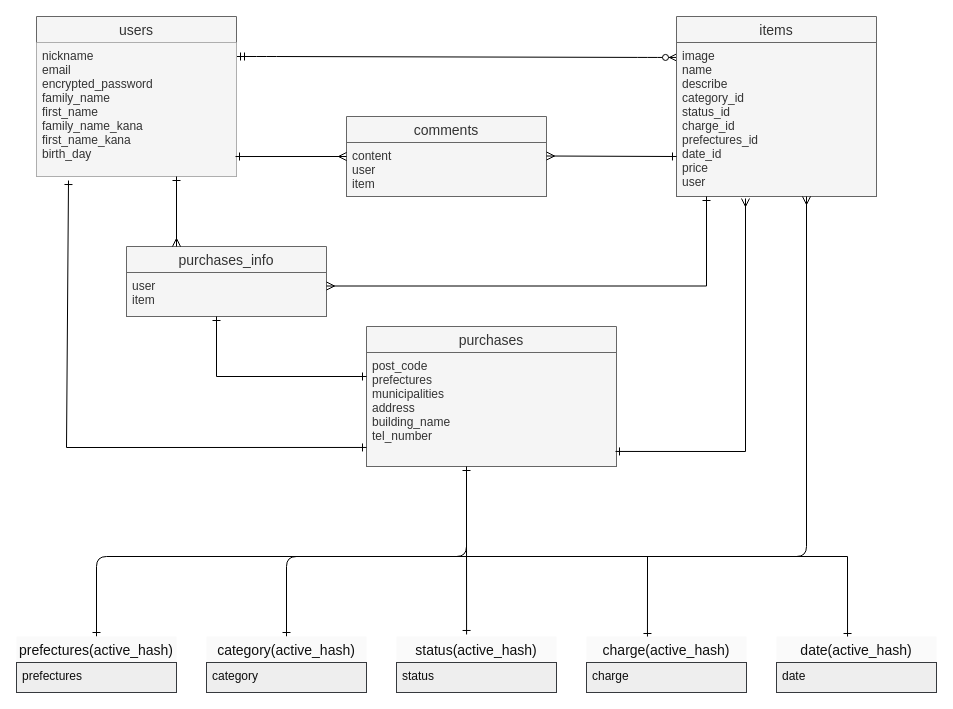
Earlier version of the draw.io diagram er.dio (TT38294/furima-37409). Source tidied: cells renumbered, new cells numbered last; positions are measured from the earlier drawing's top-left corner, leaving out a move shared by most shapes. Both pictures are drawn from the tidied source at 100%, with x=0, y=0 at pixel (16, 16).
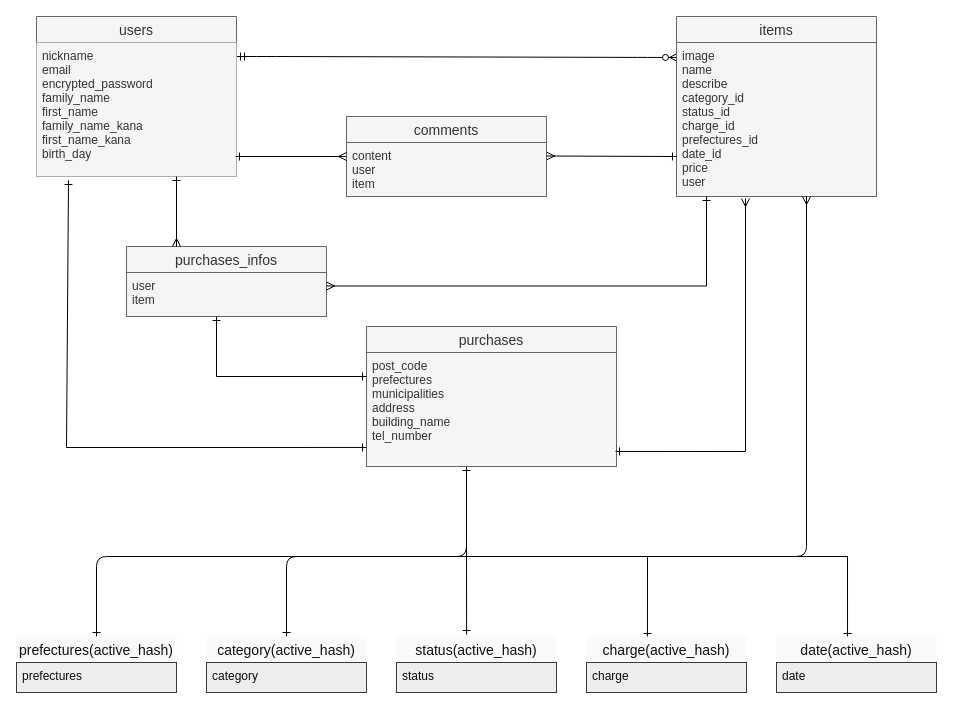
Above is the later version.

Diff of the diagram source:
```diff
@@
-    <mxCell id="32" value="purchases_info" style="swimlane;fontStyle=0;horizontal=1;startSize=26;align=center;fontSize=14;fillColor=#f5f5f5;fontColor=#333333;strokeColor=#666666;" parent="1" vertex="1">
+    <mxCell id="32" value="purchases_infos" style="swimlane;fontStyle=0;horizontal=1;startSize=26;align=center;fontSize=14;fillColor=#f5f5f5;fontColor=#333333;strokeColor=#666666;" parent="1" vertex="1">
       <mxGeometry x="110" y="230" width="200" height="70" as="geometry" />
     </mxCell>
```
